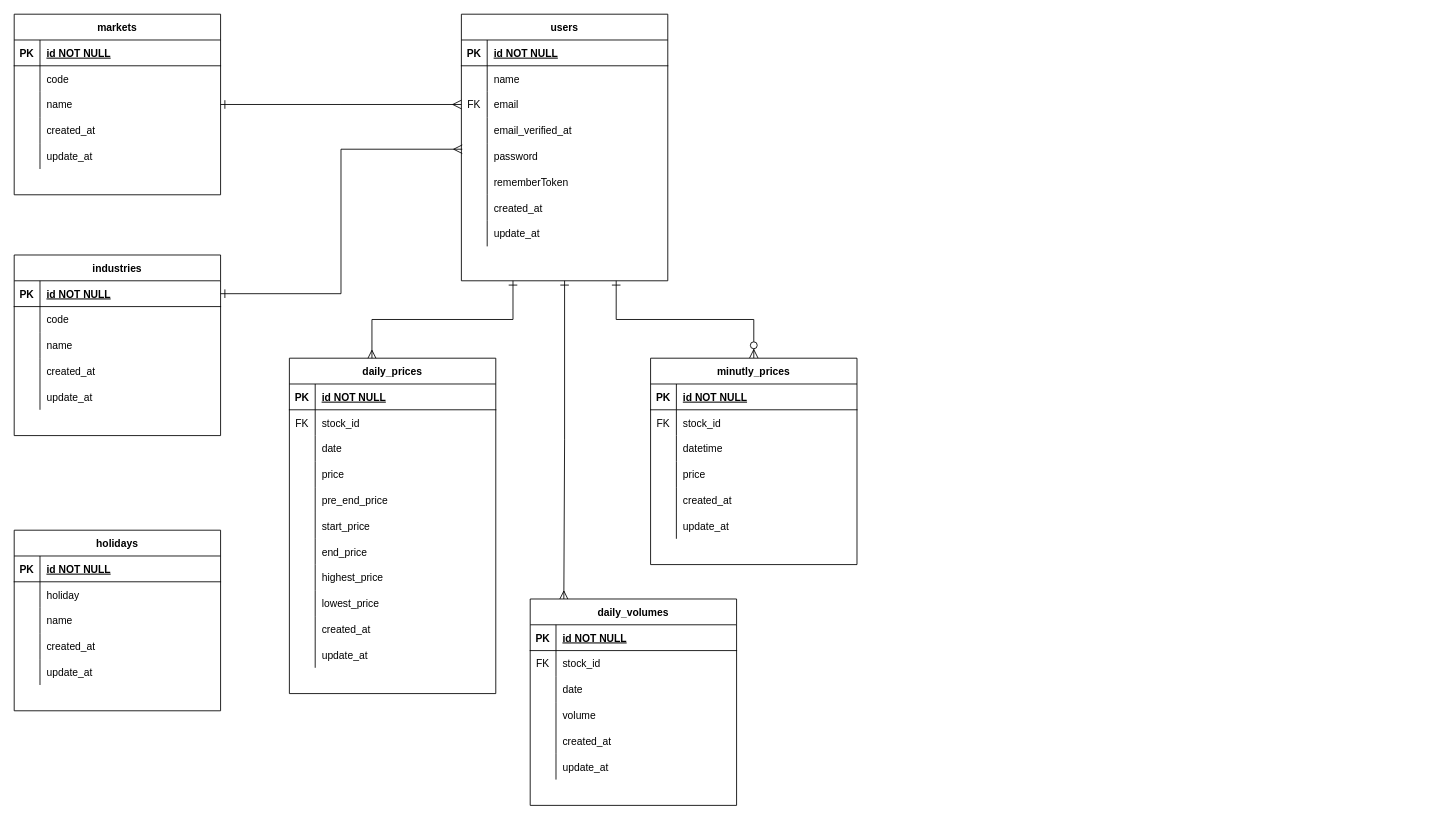
0gravity000/er001 keeps this draw.io diagram as resume_01.drawio. Above is the earlier version. Source tidied: cells renumbered, new cells numbered last; positions are measured from the earlier drawing's top-left corner, leaving out a move shared by most shapes. Both pictures are drawn from the tidied source at 86%, with x=0, y=0 at pixel (14, 14).
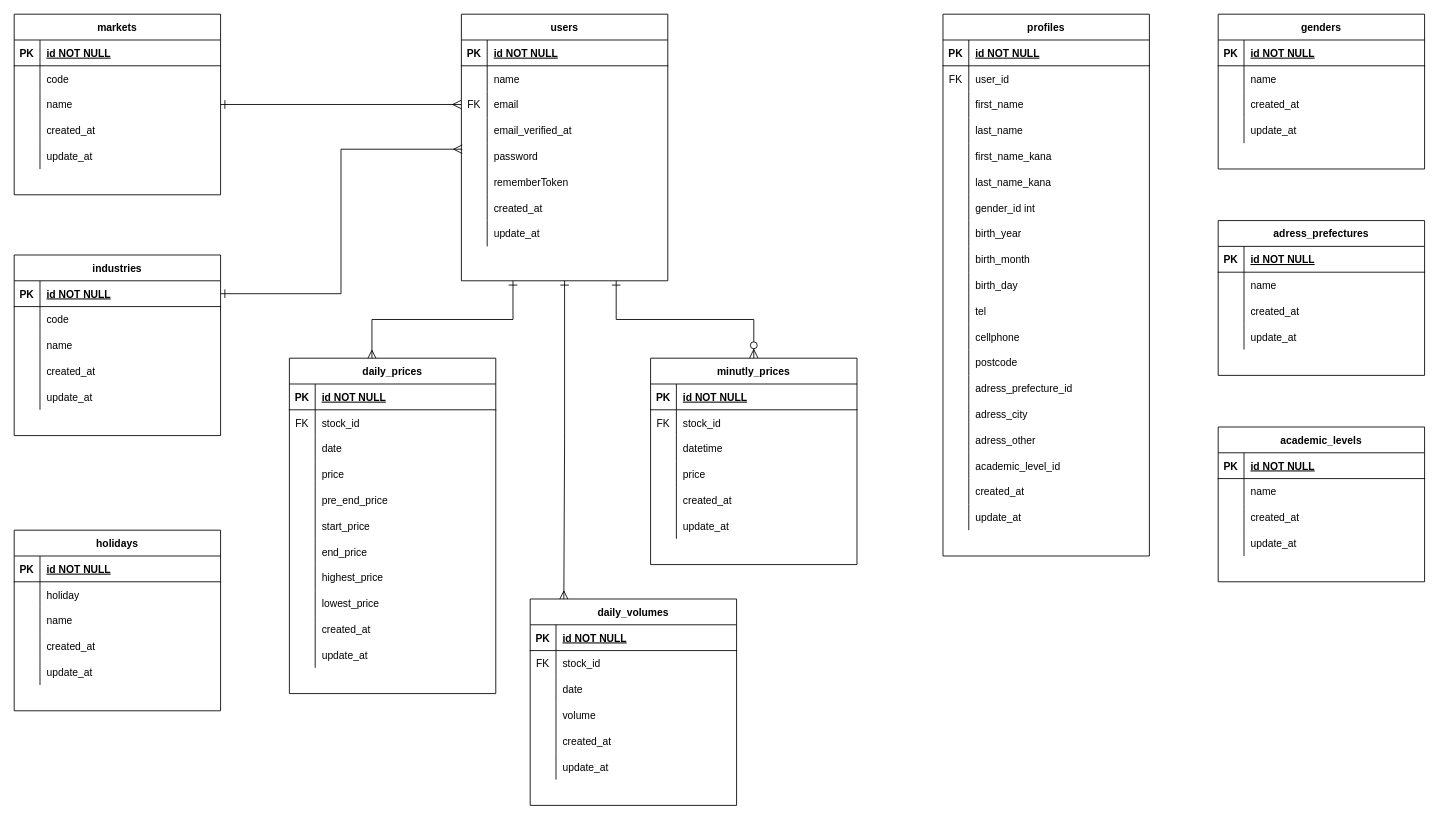
The same page after the edit.

What changed in the source:
```diff
@@
+    <mxCell id="152" value="profiles" style="shape=table;startSize=30;childLayout=tableLayout;rowLines=0;fontStyle=1;align=center;" parent="1" vertex="1">
+      <mxGeometry x="1080" width="240" height="630" as="geometry" />
+    </mxCell>
+    <mxCell id="153" style="shape=partialRectangle;fillColor=none;top=0;left=0;bottom=1;right=0;" parent="152" vertex="1">
+      <mxGeometry y="30" width="240" height="30" as="geometry" />
+    </mxCell>
+    <mxCell id="154" value="PK" style="shape=partialRectangle;fillColor=none;top=0;left=0;bottom=0;right=0;fontStyle=1;overflow=hidden;" parent="153" vertex="1">
+      <mxGeometry width="30" height="30" as="geometry" />
+    </mxCell>
+    <mxCell id="155" value="id NOT NULL" style="shape=partialRectangle;fillColor=none;top=0;left=0;bottom=0;right=0;align=left;spacingLeft=6;fontStyle=5;overflow=hidden;" parent="153" vertex="1">
+      <mxGeometry x="30" width="210" height="30" as="geometry" />
+    </mxCell>
+    <mxCell id="156" style="shape=partialRectangle;fillColor=none;top=0;left=0;bottom=0;right=0;" parent="152" vertex="1">
+      <mxGeometry y="60" width="240" height="30" as="geometry" />
+    </mxCell>
+    <mxCell id="157" value="FK" style="shape=partialRectangle;fillColor=none;top=0;left=0;bottom=0;right=0;overflow=hidden;" parent="156" vertex="1">
+      <mxGeometry width="30" height="30" as="geometry" />
+    </mxCell>
+    <mxCell id="158" value="user_id" style="shape=partialRectangle;fillColor=none;top=0;left=0;bottom=0;right=0;align=left;spacingLeft=6;overflow=hidden;" parent="156" vertex="1">
+      <mxGeometry x="30" width="210" height="30" as="geometry" />
+    </mxCell>
+    <mxCell id="159" style="shape=partialRectangle;fillColor=none;top=0;left=0;bottom=0;right=0;" parent="152" vertex="1">
+      <mxGeometry y="90" width="240" height="30" as="geometry" />
+    </mxCell>
+    <mxCell id="160" style="shape=partialRectangle;fillColor=none;top=0;left=0;bottom=0;right=0;overflow=hidden;" parent="159" vertex="1">
+      <mxGeometry width="30" height="30" as="geometry" />
+    </mxCell>
+    <mxCell id="161" value="first_name" style="shape=partialRectangle;fillColor=none;top=0;left=0;bottom=0;right=0;align=left;spacingLeft=6;overflow=hidden;" parent="159" vertex="1">
+      <mxGeometry x="30" width="210" height="30" as="geometry" />
+    </mxCell>
+    <mxCell id="162" style="shape=partialRectangle;fillColor=none;top=0;left=0;bottom=0;right=0;" parent="152" vertex="1">
+      <mxGeometry y="120" width="240" height="30" as="geometry" />
+    </mxCell>
+    <mxCell id="163" style="shape=partialRectangle;fillColor=none;top=0;left=0;bottom=0;right=0;overflow=hidden;" parent="162" vertex="1">
+      <mxGeometry width="30" height="30" as="geometry" />
+    </mxCell>
+    <mxCell id="164" value="last_name" style="shape=partialRectangle;fillColor=none;top=0;left=0;bottom=0;right=0;align=left;spacingLeft=6;overflow=hidden;" parent="162" vertex="1">
+      <mxGeometry x="30" width="210" height="30" as="geometry" />
+    </mxCell>
+    <mxCell id="165" style="shape=partialRectangle;fillColor=none;top=0;left=0;bottom=0;right=0;" parent="152" vertex="1">
+      <mxGeometry y="150" width="240" height="30" as="geometry" />
+    </mxCell>
+    <mxCell id="166" style="shape=partialRectangle;fillColor=none;top=0;left=0;bottom=0;right=0;overflow=hidden;" parent="165" vertex="1">
+      <mxGeometry width="30" height="30" as="geometry" />
+    </mxCell>
+    <mxCell id="167" value="first_name_kana" style="shape=partialRectangle;fillColor=none;top=0;left=0;bottom=0;right=0;align=left;spacingLeft=6;overflow=hidden;" parent="165" vertex="1">
+      <mxGeometry x="30" width="210" height="30" as="geometry" />
+    </mxCell>
+    <mxCell id="168" style="shape=partialRectangle;fillColor=none;top=0;left=0;bottom=0;right=0;" parent="152" vertex="1">
+      <mxGeometry y="180" width="240" height="30" as="geometry" />
+    </mxCell>
+    <mxCell id="169" style="shape=partialRectangle;fillColor=none;top=0;left=0;bottom=0;right=0;overflow=hidden;" parent="168" vertex="1">
+      <mxGeometry width="30" height="30" as="geometry" />
+    </mxCell>
+    <mxCell id="170" value="last_name_kana" style="shape=partialRectangle;fillColor=none;top=0;left=0;bottom=0;right=0;align=left;spacingLeft=6;overflow=hidden;" parent="168" vertex="1">
+      <mxGeometry x="30" width="210" height="30" as="geometry" />
+    </mxCell>
+    <mxCell id="171" style="shape=partialRectangle;fillColor=none;top=0;left=0;bottom=0;right=0;" parent="152" vertex="1">
+      <mxGeometry y="210" width="240" height="30" as="geometry" />
+    </mxCell>
+    <mxCell id="172" style="shape=partialRectangle;fillColor=none;top=0;left=0;bottom=0;right=0;overflow=hidden;" parent="171" vertex="1">
+      <mxGeometry width="30" height="30" as="geometry" />
+    </mxCell>
+    <mxCell id="173" value="gender_id int" style="shape=partialRectangle;fillColor=none;top=0;left=0;bottom=0;right=0;align=left;spacingLeft=6;overflow=hidden;" parent="171" vertex="1">
+      <mxGeometry x="30" width="210" height="30" as="geometry" />
+    </mxCell>
+    <mxCell id="174" style="shape=partialRectangle;fillColor=none;top=0;left=0;bottom=0;right=0;" parent="152" vertex="1">
+      <mxGeometry y="240" width="240" height="30" as="geometry" />
+    </mxCell>
+    <mxCell id="175" style="shape=partialRectangle;fillColor=none;top=0;left=0;bottom=0;right=0;overflow=hidden;" parent="174" vertex="1">
+      <mxGeometry width="30" height="30" as="geometry" />
+    </mxCell>
+    <mxCell id="176" value="birth_year" style="shape=partialRectangle;fillColor=none;top=0;left=0;bottom=0;right=0;align=left;spacingLeft=6;overflow=hidden;" parent="174" vertex="1">
+      <mxGeometry x="30" width="210" height="30" as="geometry" />
+    </mxCell>
+    <mxCell id="177" style="shape=partialRectangle;fillColor=none;top=0;left=0;bottom=0;right=0;" parent="152" vertex="1">
+      <mxGeometry y="270" width="240" height="30" as="geometry" />
+    </mxCell>
+    <mxCell id="178" style="shape=partialRectangle;fillColor=none;top=0;left=0;bottom=0;right=0;overflow=hidden;" parent="177" vertex="1">
+      <mxGeometry width="30" height="30" as="geometry" />
+    </mxCell>
+    <mxCell id="179" value="birth_month" style="shape=partialRectangle;fillColor=none;top=0;left=0;bottom=0;right=0;align=left;spacingLeft=6;overflow=hidden;" parent="177" vertex="1">
+      <mxGeometry x="30" width="210" height="30" as="geometry" />
+    </mxCell>
+    <mxCell id="180" style="shape=partialRectangle;fillColor=none;top=0;left=0;bottom=0;right=0;" parent="152" vertex="1">
+      <mxGeometry y="300" width="240" height="30" as="geometry" />
+    </mxCell>
+    <mxCell id="181" style="shape=partialRectangle;fillColor=none;top=0;left=0;bottom=0;right=0;overflow=hidden;" parent="180" vertex="1">
+      <mxGeometry width="30" height="30" as="geometry" />
+    </mxCell>
+    <mxCell id="182" value="birth_day" style="shape=partialRectangle;fillColor=none;top=0;left=0;bottom=0;right=0;align=left;spacingLeft=6;overflow=hidden;" parent="180" vertex="1">
+      <mxGeometry x="30" width="210" height="30" as="geometry" />
+    </mxCell>
+    <mxCell id="183" style="shape=partialRectangle;fillColor=none;top=0;left=0;bottom=0;right=0;" parent="152" vertex="1">
+      <mxGeometry y="330" width="240" height="30" as="geometry" />
+    </mxCell>
+    <mxCell id="184" style="shape=partialRectangle;fillColor=none;top=0;left=0;bottom=0;right=0;overflow=hidden;" parent="183" vertex="1">
+      <mxGeometry width="30" height="30" as="geometry" />
+    </mxCell>
+    <mxCell id="185" value="tel" style="shape=partialRectangle;fillColor=none;top=0;left=0;bottom=0;right=0;align=left;spacingLeft=6;overflow=hidden;" parent="183" vertex="1">
+      <mxGeometry x="30" width="210" height="30" as="geometry" />
+    </mxCell>
+    <mxCell id="186" style="shape=partialRectangle;fillColor=none;top=0;left=0;bottom=0;right=0;" parent="152" vertex="1">
+      <mxGeometry y="360" width="240" height="30" as="geometry" />
+    </mxCell>
+    <mxCell id="187" style="shape=partialRectangle;fillColor=none;top=0;left=0;bottom=0;right=0;overflow=hidden;" parent="186" vertex="1">
+      <mxGeometry width="30" height="30" as="geometry" />
+    </mxCell>
+    <mxCell id="188" value="cellphone" style="shape=partialRectangle;fillColor=none;top=0;left=0;bottom=0;right=0;align=left;spacingLeft=6;overflow=hidden;" parent="186" vertex="1">
+      <mxGeometry x="30" width="210" height="30" as="geometry" />
+    </mxCell>
+    <mxCell id="189" style="shape=partialRectangle;fillColor=none;top=0;left=0;bottom=0;right=0;" parent="152" vertex="1">
+      <mxGeometry y="390" width="240" height="30" as="geometry" />
+    </mxCell>
+    <mxCell id="190" style="shape=partialRectangle;fillColor=none;top=0;left=0;bottom=0;right=0;overflow=hidden;" parent="189" vertex="1">
+      <mxGeometry width="30" height="30" as="geometry" />
+    </mxCell>
+    <mxCell id="191" value="postcode" style="shape=partialRectangle;fillColor=none;top=0;left=0;bottom=0;right=0;align=left;spacingLeft=6;overflow=hidden;" parent="189" vertex="1">
+      <mxGeometry x="30" width="210" height="30" as="geometry" />
+    </mxCell>
+    <mxCell id="192" style="shape=partialRectangle;fillColor=none;top=0;left=0;bottom=0;right=0;" parent="152" vertex="1">
+      <mxGeometry y="420" width="240" height="30" as="geometry" />
+    </mxCell>
+    <mxCell id="193" style="shape=partialRectangle;fillColor=none;top=0;left=0;bottom=0;right=0;overflow=hidden;" parent="192" vertex="1">
+      <mxGeometry width="30" height="30" as="geometry" />
+    </mxCell>
+    <mxCell id="194" value="adress_prefecture_id" style="shape=partialRectangle;fillColor=none;top=0;left=0;bottom=0;right=0;align=left;spacingLeft=6;overflow=hidden;" parent="192" vertex="1">
+      <mxGeometry x="30" width="210" height="30" as="geometry" />
+    </mxCell>
+    <mxCell id="195" style="shape=partialRectangle;fillColor=none;top=0;left=0;bottom=0;right=0;" parent="152" vertex="1">
+      <mxGeometry y="450" width="240" height="30" as="geometry" />
+    </mxCell>
+    <mxCell id="196" style="shape=partialRectangle;fillColor=none;top=0;left=0;bottom=0;right=0;overflow=hidden;" parent="195" vertex="1">
+      <mxGeometry width="30" height="30" as="geometry" />
+    </mxCell>
+    <mxCell id="197" value="adress_city" style="shape=partialRectangle;fillColor=none;top=0;left=0;bottom=0;right=0;align=left;spacingLeft=6;overflow=hidden;" parent="195" vertex="1">
+      <mxGeometry x="30" width="210" height="30" as="geometry" />
+    </mxCell>
+    <mxCell id="198" style="shape=partialRectangle;fillColor=none;top=0;left=0;bottom=0;right=0;" parent="152" vertex="1">
+      <mxGeometry y="480" width="240" height="30" as="geometry" />
+    </mxCell>
+    <mxCell id="199" style="shape=partialRectangle;fillColor=none;top=0;left=0;bottom=0;right=0;overflow=hidden;" parent="198" vertex="1">
+      <mxGeometry width="30" height="30" as="geometry" />
+    </mxCell>
+    <mxCell id="200" value="adress_other" style="shape=partialRectangle;fillColor=none;top=0;left=0;bottom=0;right=0;align=left;spacingLeft=6;overflow=hidden;" parent="198" vertex="1">
+      <mxGeometry x="30" width="210" height="30" as="geometry" />
+    </mxCell>
+    <mxCell id="201" style="shape=partialRectangle;fillColor=none;top=0;left=0;bottom=0;right=0;" parent="152" vertex="1">
+      <mxGeometry y="510" width="240" height="30" as="geometry" />
+    </mxCell>
+    <mxCell id="202" style="shape=partialRectangle;fillColor=none;top=0;left=0;bottom=0;right=0;overflow=hidden;" parent="201" vertex="1">
+      <mxGeometry width="30" height="30" as="geometry" />
+    </mxCell>
+    <mxCell id="203" value="academic_level_id" style="shape=partialRectangle;fillColor=none;top=0;left=0;bottom=0;right=0;align=left;spacingLeft=6;overflow=hidden;" parent="201" vertex="1">
+      <mxGeometry x="30" width="210" height="30" as="geometry" />
+    </mxCell>
+    <mxCell id="204" style="shape=partialRectangle;fillColor=none;top=0;left=0;bottom=0;right=0;" parent="152" vertex="1">
+      <mxGeometry y="540" width="240" height="30" as="geometry" />
+    </mxCell>
+    <mxCell id="205" style="shape=partialRectangle;fillColor=none;top=0;left=0;bottom=0;right=0;overflow=hidden;" parent="204" vertex="1">
+      <mxGeometry width="30" height="30" as="geometry" />
+    </mxCell>
+    <mxCell id="206" value="created_at" style="shape=partialRectangle;fillColor=none;top=0;left=0;bottom=0;right=0;align=left;spacingLeft=6;overflow=hidden;" parent="204" vertex="1">
+      <mxGeometry x="30" width="210" height="30" as="geometry" />
+    </mxCell>
+    <mxCell id="207" style="shape=partialRectangle;fillColor=none;top=0;left=0;bottom=0;right=0;" parent="152" vertex="1">
+      <mxGeometry y="570" width="240" height="30" as="geometry" />
+    </mxCell>
+    <mxCell id="208" style="shape=partialRectangle;fillColor=none;top=0;left=0;bottom=0;right=0;overflow=hidden;" parent="207" vertex="1">
+      <mxGeometry width="30" height="30" as="geometry" />
+    </mxCell>
+    <mxCell id="209" value="update_at" style="shape=partialRectangle;fillColor=none;top=0;left=0;bottom=0;right=0;align=left;spacingLeft=6;overflow=hidden;" parent="207" vertex="1">
+      <mxGeometry x="30" width="210" height="30" as="geometry" />
+    </mxCell>
+    <mxCell id="210" value="genders" style="shape=table;startSize=30;childLayout=tableLayout;rowLines=0;fontStyle=1;align=center;" parent="1" vertex="1">
+      <mxGeometry x="1400" width="240" height="180" as="geometry" />
+    </mxCell>
+    <mxCell id="211" style="shape=partialRectangle;fillColor=none;top=0;left=0;bottom=1;right=0;" parent="210" vertex="1">
+      <mxGeometry y="30" width="240" height="30" as="geometry" />
+    </mxCell>
+    <mxCell id="212" value="PK" style="shape=partialRectangle;fillColor=none;top=0;left=0;bottom=0;right=0;fontStyle=1;overflow=hidden;" parent="211" vertex="1">
+      <mxGeometry width="30" height="30" as="geometry" />
+    </mxCell>
+    <mxCell id="213" value="id NOT NULL" style="shape=partialRectangle;fillColor=none;top=0;left=0;bottom=0;right=0;align=left;spacingLeft=6;fontStyle=5;overflow=hidden;" parent="211" vertex="1">
+      <mxGeometry x="30" width="210" height="30" as="geometry" />
+    </mxCell>
+    <mxCell id="214" style="shape=partialRectangle;fillColor=none;top=0;left=0;bottom=0;right=0;" parent="210" vertex="1">
+      <mxGeometry y="60" width="240" height="30" as="geometry" />
+    </mxCell>
+    <mxCell id="215" style="shape=partialRectangle;fillColor=none;top=0;left=0;bottom=0;right=0;overflow=hidden;" parent="214" vertex="1">
+      <mxGeometry width="30" height="30" as="geometry" />
+    </mxCell>
+    <mxCell id="216" value="name" style="shape=partialRectangle;fillColor=none;top=0;left=0;bottom=0;right=0;align=left;spacingLeft=6;overflow=hidden;" parent="214" vertex="1">
+      <mxGeometry x="30" width="210" height="30" as="geometry" />
+    </mxCell>
+    <mxCell id="217" style="shape=partialRectangle;fillColor=none;top=0;left=0;bottom=0;right=0;" parent="210" vertex="1">
+      <mxGeometry y="90" width="240" height="30" as="geometry" />
+    </mxCell>
+    <mxCell id="218" style="shape=partialRectangle;fillColor=none;top=0;left=0;bottom=0;right=0;overflow=hidden;" parent="217" vertex="1">
+      <mxGeometry width="30" height="30" as="geometry" />
+    </mxCell>
+    <mxCell id="219" value="created_at" style="shape=partialRectangle;fillColor=none;top=0;left=0;bottom=0;right=0;align=left;spacingLeft=6;overflow=hidden;" parent="217" vertex="1">
+      <mxGeometry x="30" width="210" height="30" as="geometry" />
+    </mxCell>
+    <mxCell id="220" style="shape=partialRectangle;fillColor=none;top=0;left=0;bottom=0;right=0;" parent="210" vertex="1">
+      <mxGeometry y="120" width="240" height="30" as="geometry" />
+    </mxCell>
+    <mxCell id="221" style="shape=partialRectangle;fillColor=none;top=0;left=0;bottom=0;right=0;overflow=hidden;" parent="220" vertex="1">
+      <mxGeometry width="30" height="30" as="geometry" />
+    </mxCell>
+    <mxCell id="222" value="update_at" style="shape=partialRectangle;fillColor=none;top=0;left=0;bottom=0;right=0;align=left;spacingLeft=6;overflow=hidden;" parent="220" vertex="1">
+      <mxGeometry x="30" width="210" height="30" as="geometry" />
+    </mxCell>
+    <mxCell id="223" value="adress_prefectures" style="shape=table;startSize=30;childLayout=tableLayout;rowLines=0;fontStyle=1;align=center;" parent="1" vertex="1">
+      <mxGeometry x="1400" y="240" width="240" height="180" as="geometry" />
+    </mxCell>
+    <mxCell id="224" style="shape=partialRectangle;fillColor=none;top=0;left=0;bottom=1;right=0;" parent="223" vertex="1">
+      <mxGeometry y="30" width="240" height="30" as="geometry" />
+    </mxCell>
+    <mxCell id="225" value="PK" style="shape=partialRectangle;fillColor=none;top=0;left=0;bottom=0;right=0;fontStyle=1;overflow=hidden;" parent="224" vertex="1">
+      <mxGeometry width="30" height="30" as="geometry" />
+    </mxCell>
+    <mxCell id="226" value="id NOT NULL" style="shape=partialRectangle;fillColor=none;top=0;left=0;bottom=0;right=0;align=left;spacingLeft=6;fontStyle=5;overflow=hidden;" parent="224" vertex="1">
+      <mxGeometry x="30" width="210" height="30" as="geometry" />
+    </mxCell>
+    <mxCell id="227" style="shape=partialRectangle;fillColor=none;top=0;left=0;bottom=0;right=0;" parent="223" vertex="1">
+      <mxGeometry y="60" width="240" height="30" as="geometry" />
+    </mxCell>
+    <mxCell id="228" style="shape=partialRectangle;fillColor=none;top=0;left=0;bottom=0;right=0;overflow=hidden;" parent="227" vertex="1">
+      <mxGeometry width="30" height="30" as="geometry" />
+    </mxCell>
+    <mxCell id="229" value="name" style="shape=partialRectangle;fillColor=none;top=0;left=0;bottom=0;right=0;align=left;spacingLeft=6;overflow=hidden;" parent="227" vertex="1">
+      <mxGeometry x="30" width="210" height="30" as="geometry" />
+    </mxCell>
+    <mxCell id="230" style="shape=partialRectangle;fillColor=none;top=0;left=0;bottom=0;right=0;" parent="223" vertex="1">
+      <mxGeometry y="90" width="240" height="30" as="geometry" />
+    </mxCell>
+    <mxCell id="231" style="shape=partialRectangle;fillColor=none;top=0;left=0;bottom=0;right=0;overflow=hidden;" parent="230" vertex="1">
+      <mxGeometry width="30" height="30" as="geometry" />
+    </mxCell>
+    <mxCell id="232" value="created_at" style="shape=partialRectangle;fillColor=none;top=0;left=0;bottom=0;right=0;align=left;spacingLeft=6;overflow=hidden;" parent="230" vertex="1">
+      <mxGeometry x="30" width="210" height="30" as="geometry" />
+    </mxCell>
+    <mxCell id="233" style="shape=partialRectangle;fillColor=none;top=0;left=0;bottom=0;right=0;" parent="223" vertex="1">
+      <mxGeometry y="120" width="240" height="30" as="geometry" />
+    </mxCell>
+    <mxCell id="234" style="shape=partialRectangle;fillColor=none;top=0;left=0;bottom=0;right=0;overflow=hidden;" parent="233" vertex="1">
+      <mxGeometry width="30" height="30" as="geometry" />
+    </mxCell>
+    <mxCell id="235" value="update_at" style="shape=partialRectangle;fillColor=none;top=0;left=0;bottom=0;right=0;align=left;spacingLeft=6;overflow=hidden;" parent="233" vertex="1">
+      <mxGeometry x="30" width="210" height="30" as="geometry" />
+    </mxCell>
+    <mxCell id="236" value="academic_levels" style="shape=table;startSize=30;childLayout=tableLayout;rowLines=0;fontStyle=1;align=center;" parent="1" vertex="1">
+      <mxGeometry x="1400" y="480" width="240" height="180" as="geometry" />
+    </mxCell>
+    <mxCell id="237" style="shape=partialRectangle;fillColor=none;top=0;left=0;bottom=1;right=0;" parent="236" vertex="1">
+      <mxGeometry y="30" width="240" height="30" as="geometry" />
+    </mxCell>
+    <mxCell id="238" value="PK" style="shape=partialRectangle;fillColor=none;top=0;left=0;bottom=0;right=0;fontStyle=1;overflow=hidden;" parent="237" vertex="1">
+      <mxGeometry width="30" height="30" as="geometry" />
+    </mxCell>
+    <mxCell id="239" value="id NOT NULL" style="shape=partialRectangle;fillColor=none;top=0;left=0;bottom=0;right=0;align=left;spacingLeft=6;fontStyle=5;overflow=hidden;" parent="237" vertex="1">
+      <mxGeometry x="30" width="210" height="30" as="geometry" />
+    </mxCell>
+    <mxCell id="240" style="shape=partialRectangle;fillColor=none;top=0;left=0;bottom=0;right=0;" parent="236" vertex="1">
+      <mxGeometry y="60" width="240" height="30" as="geometry" />
+    </mxCell>
+    <mxCell id="241" style="shape=partialRectangle;fillColor=none;top=0;left=0;bottom=0;right=0;overflow=hidden;" parent="240" vertex="1">
+      <mxGeometry width="30" height="30" as="geometry" />
+    </mxCell>
+    <mxCell id="242" value="name" style="shape=partialRectangle;fillColor=none;top=0;left=0;bottom=0;right=0;align=left;spacingLeft=6;overflow=hidden;" parent="240" vertex="1">
+      <mxGeometry x="30" width="210" height="30" as="geometry" />
+    </mxCell>
+    <mxCell id="243" style="shape=partialRectangle;fillColor=none;top=0;left=0;bottom=0;right=0;" parent="236" vertex="1">
+      <mxGeometry y="90" width="240" height="30" as="geometry" />
+    </mxCell>
+    <mxCell id="244" style="shape=partialRectangle;fillColor=none;top=0;left=0;bottom=0;right=0;overflow=hidden;" parent="243" vertex="1">
+      <mxGeometry width="30" height="30" as="geometry" />
+    </mxCell>
+    <mxCell id="245" value="created_at" style="shape=partialRectangle;fillColor=none;top=0;left=0;bottom=0;right=0;align=left;spacingLeft=6;overflow=hidden;" parent="243" vertex="1">
+      <mxGeometry x="30" width="210" height="30" as="geometry" />
+    </mxCell>
+    <mxCell id="246" style="shape=partialRectangle;fillColor=none;top=0;left=0;bottom=0;right=0;" parent="236" vertex="1">
+      <mxGeometry y="120" width="240" height="30" as="geometry" />
+    </mxCell>
+    <mxCell id="247" style="shape=partialRectangle;fillColor=none;top=0;left=0;bottom=0;right=0;overflow=hidden;" parent="246" vertex="1">
+      <mxGeometry width="30" height="30" as="geometry" />
+    </mxCell>
+    <mxCell id="248" value="update_at" style="shape=partialRectangle;fillColor=none;top=0;left=0;bottom=0;right=0;align=left;spacingLeft=6;overflow=hidden;" parent="246" vertex="1">
+      <mxGeometry x="30" width="210" height="30" as="geometry" />
+    </mxCell>
```
